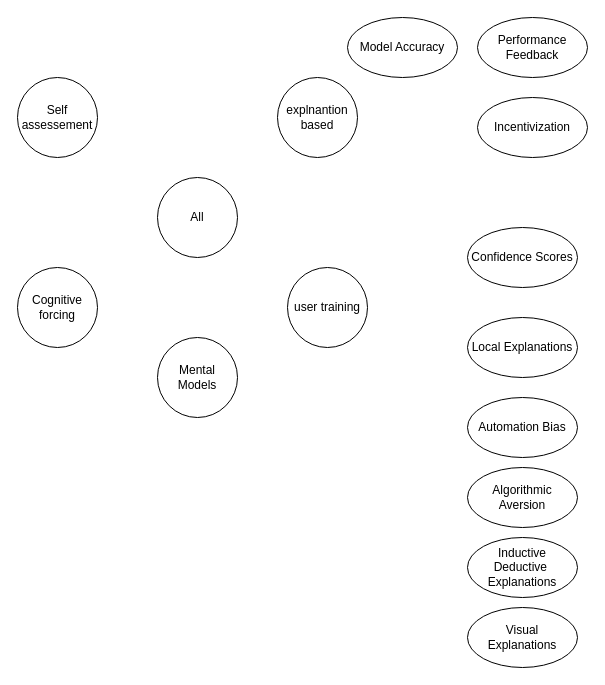
raeeschaudhary/Coursera_Exams keeps this draw.io diagram as ext/chi-rev-method-overview.drawio. Above is the earlier version. Source tidied: cells renumbered, new cells numbered last; positions are measured from the earlier drawing's top-left corner, leaving out a move shared by most shapes. Both pictures are drawn from the tidied source at 100%, with x=0, y=0 at pixel (17, 17).
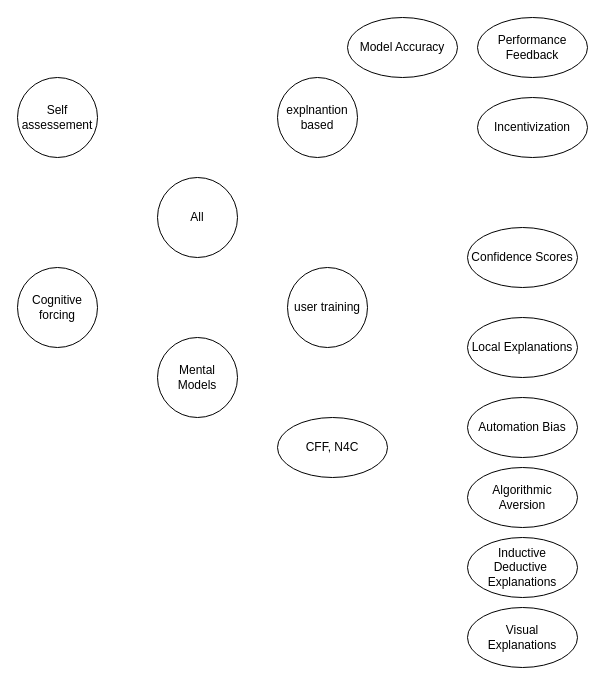
After the change.

Diff of the diagram source:
```diff
@@
 <mxGraphModel>
   <root>
     <mxCell id="0" />
     <mxCell id="1" parent="0" />
     <mxCell id="2" value="All" style="ellipse;whiteSpace=wrap;html=1;" parent="1" vertex="1">
       <mxGeometry x="140" y="160" width="80" height="80" as="geometry" />
     </mxCell>
     <mxCell id="3" value="explnantion based" style="ellipse;whiteSpace=wrap;html=1;" parent="1" vertex="1">
       <mxGeometry x="260" y="60" width="80" height="80" as="geometry" />
     </mxCell>
     <mxCell id="4" value="user training" style="ellipse;whiteSpace=wrap;html=1;" parent="1" vertex="1">
       <mxGeometry x="270" y="250" width="80" height="80" as="geometry" />
     </mxCell>
     <mxCell id="5" value="Cognitive forcing" style="ellipse;whiteSpace=wrap;html=1;" parent="1" vertex="1">
       <mxGeometry y="250" width="80" height="80" as="geometry" />
     </mxCell>
     <mxCell id="6" value="Self assessement" style="ellipse;whiteSpace=wrap;html=1;" parent="1" vertex="1">
       <mxGeometry y="60" width="80" height="80" as="geometry" />
     </mxCell>
     <mxCell id="7" value="Model Accuracy" style="ellipse;whiteSpace=wrap;html=1;" parent="1" vertex="1">
       <mxGeometry x="330" width="110" height="60" as="geometry" />
     </mxCell>
     <mxCell id="8" value="Performance Feedback" style="ellipse;whiteSpace=wrap;html=1;" parent="1" vertex="1">
       <mxGeometry x="460" width="110" height="60" as="geometry" />
     </mxCell>
     <mxCell id="9" value="Incentivization" style="ellipse;whiteSpace=wrap;html=1;" parent="1" vertex="1">
       <mxGeometry x="460" y="80" width="110" height="60" as="geometry" />
     </mxCell>
     <mxCell id="10" value="Confidence Scores" style="ellipse;whiteSpace=wrap;html=1;" parent="1" vertex="1">
       <mxGeometry x="450" y="210" width="110" height="60" as="geometry" />
     </mxCell>
     <mxCell id="11" value="Local Explanations" style="ellipse;whiteSpace=wrap;html=1;" parent="1" vertex="1">
       <mxGeometry x="450" y="300" width="110" height="60" as="geometry" />
     </mxCell>
     <mxCell id="12" value="Mental Models" style="ellipse;whiteSpace=wrap;html=1;" parent="1" vertex="1">
       <mxGeometry x="140" y="320" width="80" height="80" as="geometry" />
     </mxCell>
     <mxCell id="13" value="Automation Bias" style="ellipse;whiteSpace=wrap;html=1;" parent="1" vertex="1">
       <mxGeometry x="450" y="380" width="110" height="60" as="geometry" />
     </mxCell>
     <mxCell id="14" value="Algorithmic Aversion" style="ellipse;whiteSpace=wrap;html=1;" parent="1" vertex="1">
       <mxGeometry x="450" y="450" width="110" height="60" as="geometry" />
     </mxCell>
     <mxCell id="15" value="Inductive&lt;div&gt;Deductive&amp;nbsp;&lt;/div&gt;&lt;div&gt;Explanations&lt;/div&gt;" style="ellipse;whiteSpace=wrap;html=1;" parent="1" vertex="1">
       <mxGeometry x="450" y="520" width="110" height="60" as="geometry" />
     </mxCell>
     <mxCell id="16" value="Visual&lt;br&gt;&lt;div&gt;Explanations&lt;/div&gt;" style="ellipse;whiteSpace=wrap;html=1;" parent="1" vertex="1">
       <mxGeometry x="450" y="590" width="110" height="60" as="geometry" />
     </mxCell>
+    <mxCell id="17" value="CFF, N4C" style="ellipse;whiteSpace=wrap;html=1;" parent="1" vertex="1">
+      <mxGeometry x="260" y="400" width="110" height="60" as="geometry" />
+    </mxCell>
   </root>
 </mxGraphModel>
```
